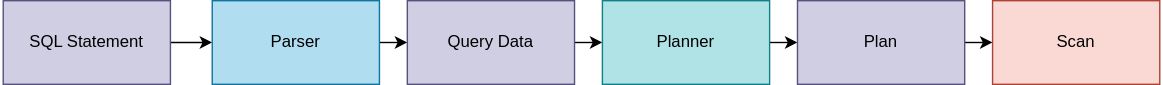
Before: simpledb/docs/planner.drawio.svg, a diagram exported from draw.io (nakamasato/database-design-and-implementation). Source tidied: cells renumbered, new cells last; positions are measured from the earlier drawing's top-left corner, leaving out a move shared by most shapes.
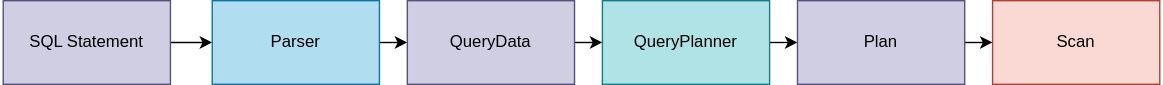
After the change.

Diff of the diagram source:
```diff
@@ -8,7 +8,7 @@
     <mxCell id="3" value="SQL Statement" style="rounded=0;whiteSpace=wrap;html=1;fillColor=#d0cee2;strokeColor=#56517e;" parent="1" vertex="1">
       <mxGeometry width="120" height="60" as="geometry" />
     </mxCell>
-    <mxCell id="4" style="edgeStyle=none;html=1;" parent="1" edge="1" source="5" target="7">
+    <mxCell id="4" style="edgeStyle=none;html=1;entryX=0;entryY=0.5;entryDx=0;entryDy=0;" parent="1" edge="1" source="5" target="7">
       <mxGeometry relative="1" as="geometry" />
     </mxCell>
     <mxCell id="5" value="Parser" style="rounded=0;whiteSpace=wrap;html=1;fillColor=#b1ddf0;strokeColor=#10739e;" parent="1" vertex="1">
@@ -17,13 +17,13 @@
     <mxCell id="6" style="edgeStyle=none;html=1;" parent="1" edge="1" source="7" target="9">
       <mxGeometry relative="1" as="geometry" />
     </mxCell>
-    <mxCell id="7" value="Query Data" style="rounded=0;whiteSpace=wrap;html=1;fillColor=#d0cee2;strokeColor=#56517e;" parent="1" vertex="1">
+    <mxCell id="7" value="QueryData" style="rounded=0;whiteSpace=wrap;html=1;fillColor=#d0cee2;strokeColor=#56517e;" parent="1" vertex="1">
       <mxGeometry x="290" width="120" height="60" as="geometry" />
     </mxCell>
-    <mxCell id="8" style="edgeStyle=none;html=1;" parent="1" edge="1" source="9" target="11">
+    <mxCell id="8" style="edgeStyle=none;html=1;exitX=1;exitY=0.5;exitDx=0;exitDy=0;" parent="1" edge="1" source="9" target="11">
       <mxGeometry relative="1" as="geometry" />
     </mxCell>
-    <mxCell id="9" value="Planner" style="rounded=0;whiteSpace=wrap;html=1;fillColor=#b0e3e6;strokeColor=#0e8088;" parent="1" vertex="1">
+    <mxCell id="9" value="QueryPlanner" style="rounded=0;whiteSpace=wrap;html=1;fillColor=#b0e3e6;strokeColor=#0e8088;" parent="1" vertex="1">
       <mxGeometry x="430" width="120" height="60" as="geometry" />
     </mxCell>
     <mxCell id="10" style="edgeStyle=none;html=1;" parent="1" edge="1" source="11" target="12">
```
